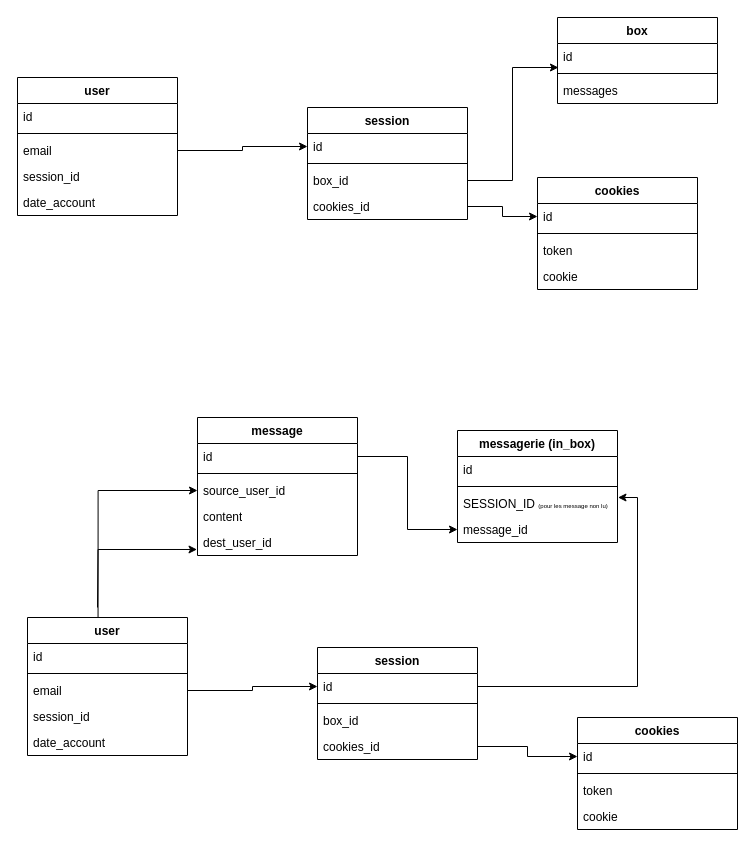
Perrtatter/SMHess keeps this draw.io diagram as MLD_Strapi_v2.drawio. Above is the earlier version. Source tidied: cells renumbered, new cells numbered last; positions are measured from the earlier drawing's top-left corner, leaving out a move shared by most shapes. Both pictures are drawn from the tidied source at 100%, with x=0, y=0 at pixel (17, 17).
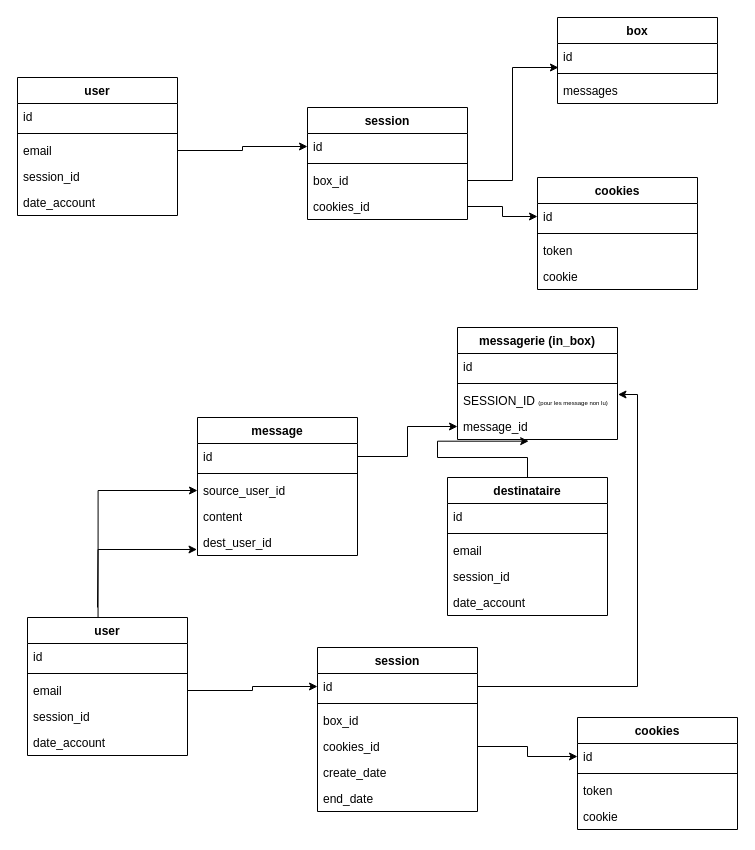
Above is the later version.

Unchanged cells that the change refers to:
```xml
<mxCell id="47" value="message_id" style="text;strokeColor=none;fillColor=none;align=left;verticalAlign=top;spacingLeft=4;spacingRight=4;overflow=hidden;points=[[0,0.5],[1,0.5]];portConstraint=eastwest;whiteSpace=wrap;html=1;" parent="43" vertex="1">
  <mxGeometry y="86" width="160" height="26" as="geometry" />
</mxCell>
```

What changed in the source:
```diff
@@
     <mxCell id="31" value="session" style="swimlane;fontStyle=1;align=center;verticalAlign=top;horizontal=1;startSize=26;whiteSpace=wrap;html=1;" parent="1" vertex="1">
-      <mxGeometry x="300" y="630" width="160" height="112" as="geometry" />
+      <mxGeometry x="300" y="630" width="160" height="164" as="geometry" />
     </mxCell>
@@
+    <mxCell id="58" value="create_date" style="text;strokeColor=none;fillColor=none;align=left;verticalAlign=top;spacingLeft=4;spacingRight=4;overflow=hidden;whiteSpace=wrap;html=1;" parent="31" vertex="1">
+      <mxGeometry y="112" width="160" height="26" as="geometry" />
+    </mxCell>
+    <mxCell id="59" value="end_date" style="text;strokeColor=none;fillColor=none;align=left;verticalAlign=top;spacingLeft=4;spacingRight=4;overflow=hidden;whiteSpace=wrap;html=1;" parent="31" vertex="1">
+      <mxGeometry y="138" width="160" height="26" as="geometry" />
+    </mxCell>
@@
     <mxCell id="43" value="messagerie (in_box)" style="swimlane;fontStyle=1;align=center;verticalAlign=top;horizontal=1;startSize=26;whiteSpace=wrap;html=1;" parent="1" vertex="1">
-      <mxGeometry x="440" y="413" width="160" height="112" as="geometry" />
+      <mxGeometry x="440" y="310" width="160" height="112" as="geometry" />
     </mxCell>
@@
+    <mxCell id="60" value="destinataire&lt;div&gt;&lt;br&gt;&lt;/div&gt;" style="swimlane;fontStyle=1;align=center;verticalAlign=top;horizontal=1;startSize=26;whiteSpace=wrap;html=1;" parent="1" vertex="1">
+      <mxGeometry x="430" y="460" width="160" height="138" as="geometry" />
+    </mxCell>
+    <mxCell id="61" value="id" style="text;strokeColor=none;fillColor=none;align=left;verticalAlign=top;spacingLeft=4;spacingRight=4;overflow=hidden;whiteSpace=wrap;html=1;" parent="60" vertex="1">
+      <mxGeometry y="26" width="160" height="26" as="geometry" />
+    </mxCell>
+    <mxCell id="62" style="line;strokeWidth=1;fillColor=none;align=left;verticalAlign=middle;spacingTop=-1;spacingLeft=3;spacingRight=3;labelPosition=right;strokeColor=inherit;" parent="60" vertex="1">
+      <mxGeometry y="52" width="160" height="8" as="geometry" />
+    </mxCell>
+    <mxCell id="63" value="email" style="text;strokeColor=none;fillColor=none;align=left;verticalAlign=top;spacingLeft=4;spacingRight=4;overflow=hidden;whiteSpace=wrap;html=1;" parent="60" vertex="1">
+      <mxGeometry y="60" width="160" height="26" as="geometry" />
+    </mxCell>
+    <mxCell id="64" value="session_id" style="text;strokeColor=none;fillColor=none;align=left;verticalAlign=top;spacingLeft=4;spacingRight=4;overflow=hidden;whiteSpace=wrap;html=1;" parent="60" vertex="1">
+      <mxGeometry y="86" width="160" height="26" as="geometry" />
+    </mxCell>
+    <mxCell id="65" value="date_account" style="text;strokeColor=none;fillColor=none;align=left;verticalAlign=top;spacingLeft=4;spacingRight=4;overflow=hidden;whiteSpace=wrap;html=1;" parent="60" vertex="1">
+      <mxGeometry y="112" width="160" height="26" as="geometry" />
+    </mxCell>
+    <mxCell id="66" style="edgeStyle=orthogonalEdgeStyle;rounded=0;jettySize=auto;html=1;entryX=0.445;entryY=1.064;entryDx=0;entryDy=0;entryPerimeter=0;" parent="1" edge="1" source="60" target="47">
+      <mxGeometry relative="1" as="geometry" />
+    </mxCell>
```
